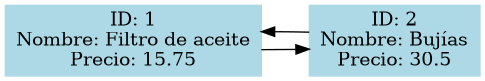
Above: reporte_repuestos.png in bryanthr6/-EDD-1S2025_201701010 (Graphviz), before the change. Its source is kept beside it as reporte_repuestos.dot.
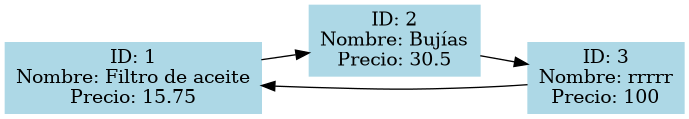
The same file after the commit.

What changed in the source:
```diff
@@ -3,6 +3,8 @@
     node [shape=box, style=filled, color=lightblue];
     repuesto0 [label="ID: 1\nNombre: Filtro de aceite\nPrecio: 15.75"];
     repuesto1 [label="ID: 2\nNombre: Bujías\nPrecio: 30.5"];
+    repuesto2 [label="ID: 3\nNombre: rrrrr\nPrecio: 100"];
     repuesto0 -> repuesto1;
-    repuesto1 -> repuesto0;
+    repuesto1 -> repuesto2;
+    repuesto2 -> repuesto0;
 }
```
